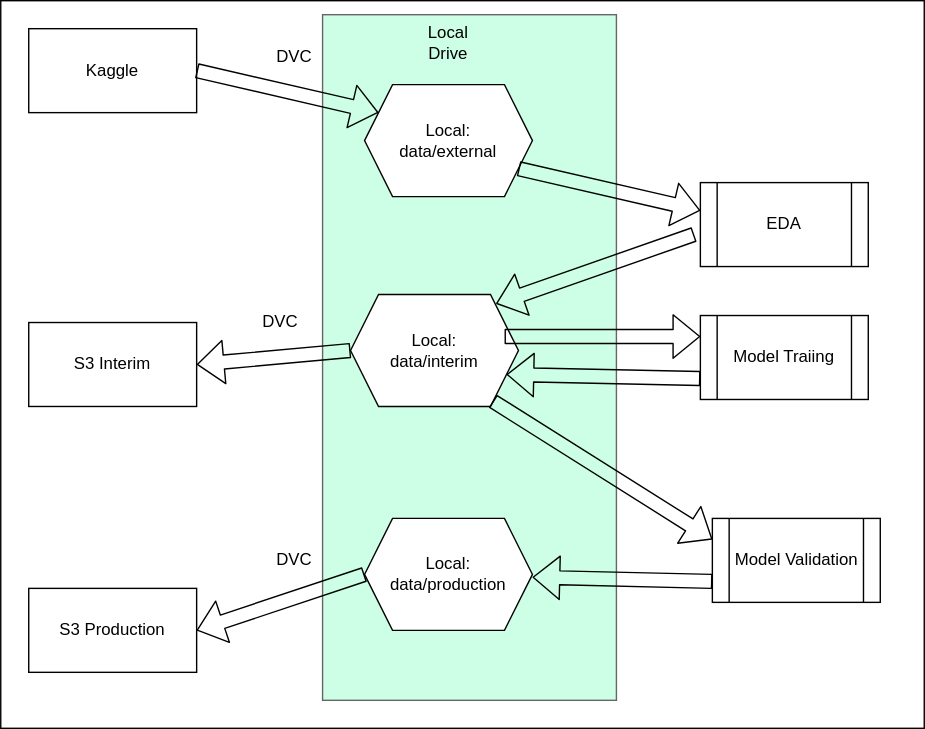
Above: design/dataflow.drawio.svg in HSV-AI/product-recommendation (draw.io), before the change. Source tidied: cells renumbered, new cells last; positions are measured from the earlier drawing's top-left corner, leaving out a move shared by most shapes.
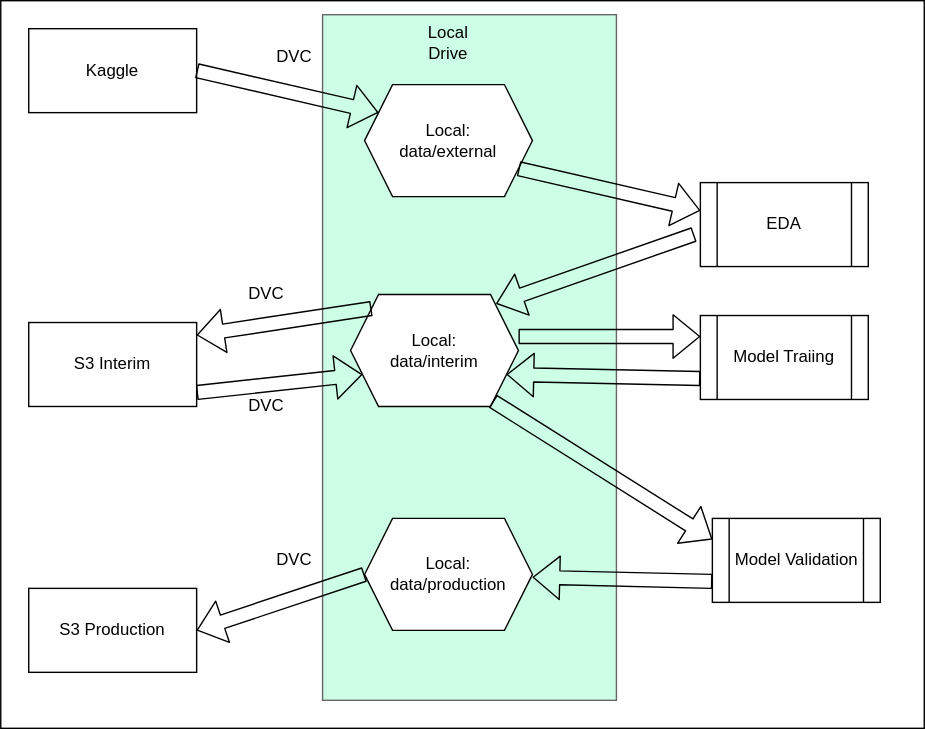
Above is the later version.

Commit message:
Added link from S3 interim to local interim

The edit, as a diff of the source:
```diff
@@ -26,7 +26,7 @@
     <mxCell id="9" value="Local:&lt;br&gt;data/production" style="shape=hexagon;perimeter=hexagonPerimeter2;whiteSpace=wrap;html=1;fixedSize=1;" parent="1" vertex="1">
       <mxGeometry x="260" y="370" width="120" height="80" as="geometry" />
     </mxCell>
-    <mxCell id="10" style="shape=flexArrow;endArrow=classic;html=1;exitX=0;exitY=0.5;exitDx=0;exitDy=0;entryX=1;entryY=0.5;entryDx=0;entryDy=0;strokeColor=#000000;" parent="1" edge="1" source="8" target="5">
+    <mxCell id="10" style="shape=flexArrow;endArrow=classic;html=1;exitX=0.125;exitY=0.125;exitDx=0;exitDy=0;entryX=1;entryY=0.15;entryDx=0;entryDy=0;strokeColor=#000000;entryPerimeter=0;exitPerimeter=0;" parent="1" edge="1" source="8" target="5">
       <mxGeometry relative="1" as="geometry" />
     </mxCell>
     <mxCell id="11" style="shape=flexArrow;endArrow=classic;html=1;exitX=0;exitY=0.5;exitDx=0;exitDy=0;entryX=1;entryY=0.5;entryDx=0;entryDy=0;strokeColor=#000000;" parent="1" edge="1" source="9" target="6">
@@ -36,7 +36,7 @@
       <mxGeometry x="190" y="30" width="40" height="20" as="geometry" />
     </mxCell>
     <mxCell id="13" value="DVC" style="text;html=1;strokeColor=none;fillColor=none;align=center;verticalAlign=middle;whiteSpace=wrap;rounded=0;" parent="1" vertex="1">
-      <mxGeometry x="180" y="220" width="40" height="20" as="geometry" />
+      <mxGeometry x="170" y="200" width="40" height="20" as="geometry" />
     </mxCell>
     <mxCell id="14" value="DVC" style="text;html=1;strokeColor=none;fillColor=none;align=center;verticalAlign=middle;whiteSpace=wrap;rounded=0;" parent="1" vertex="1">
       <mxGeometry x="190" y="390" width="40" height="20" as="geometry" />
@@ -59,8 +59,10 @@
     <mxCell id="19" value="Model Traiing" style="shape=process;whiteSpace=wrap;html=1;backgroundOutline=1;" parent="1" vertex="1">
       <mxGeometry x="500" y="225" width="120" height="60" as="geometry" />
     </mxCell>
-    <mxCell id="20" style="shape=flexArrow;endArrow=classic;html=1;entryX=0;entryY=0.25;entryDx=0;entryDy=0;exitX=0.917;exitY=0.375;exitDx=0;exitDy=0;exitPerimeter=0;strokeColor=#000000;" parent="1" edge="1" source="8" target="19">
-      <mxGeometry relative="1" as="geometry" />
+    <mxCell id="20" style="shape=flexArrow;endArrow=classic;html=1;entryX=0;entryY=0.25;entryDx=0;entryDy=0;strokeColor=#000000;" parent="1" edge="1" target="19">
+      <mxGeometry relative="1" as="geometry">
+        <mxPoint x="370" y="240" as="sourcePoint" />
+      </mxGeometry>
     </mxCell>
     <mxCell id="21" style="shape=flexArrow;endArrow=classic;html=1;exitX=0;exitY=0.75;exitDx=0;exitDy=0;entryX=1;entryY=0.75;entryDx=0;entryDy=0;strokeColor=#000000;" parent="1" edge="1" source="19" target="8">
       <mxGeometry relative="1" as="geometry" />
@@ -81,5 +83,13 @@
         <mxPoint x="270" y="80" as="targetPoint" />
       </mxGeometry>
     </mxCell>
+    <mxCell id="26" style="shape=flexArrow;endArrow=classic;html=1;exitX=1;exitY=0.5;exitDx=0;exitDy=0;strokeColor=#000000;entryX=0;entryY=0.75;entryDx=0;entryDy=0;" parent="1" edge="1" target="8">
+      <mxGeometry relative="1" as="geometry">
+        <mxPoint x="140" y="280" as="sourcePoint" />
+      </mxGeometry>
+    </mxCell>
+    <mxCell id="27" value="DVC" style="text;html=1;strokeColor=none;fillColor=none;align=center;verticalAlign=middle;whiteSpace=wrap;rounded=0;" parent="1" vertex="1">
+      <mxGeometry x="170" y="280" width="40" height="20" as="geometry" />
+    </mxCell>
   </root>
 </mxGraphModel>
```
